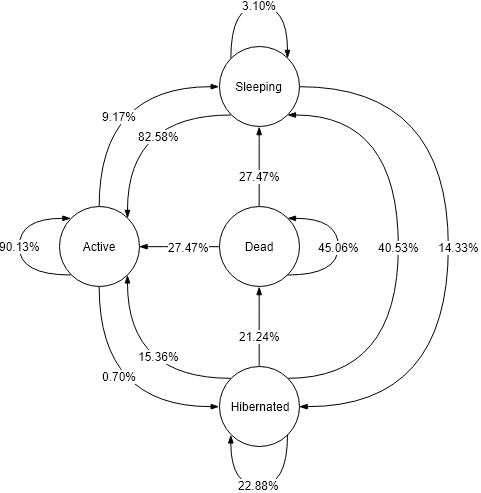
The draw.io diagram Chains/react_chain.png in collab-uniba/developersInactivityAnalysis, before a commit. Source tidied: cells renumbered, new cells last; positions are measured from the earlier drawing's top-left corner, leaving out a move shared by most shapes.
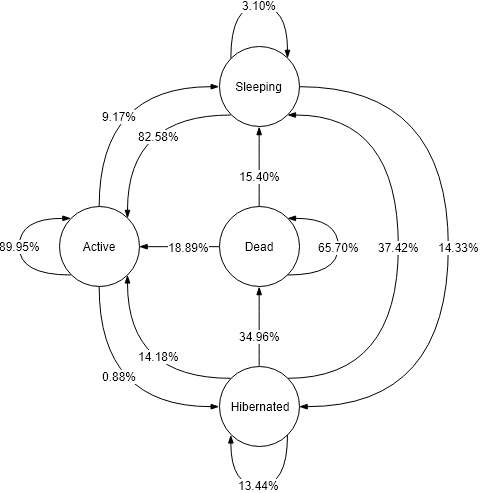
After the change.

Diff of the diagram source:
```diff
@@ -17,7 +17,7 @@
         </Array>
       </mxGeometry>
     </mxCell>
-    <mxCell id="5" value="0.70%" style="text;html=1;align=center;verticalAlign=middle;labelBackgroundColor=#ffffff;" parent="4" vertex="1">
+    <mxCell id="5" value="0.88%" style="text;html=1;align=center;verticalAlign=middle;labelBackgroundColor=#ffffff;" parent="4" vertex="1">
       <mxGeometry x="-0.21" y="-16" relative="1" as="geometry">
         <mxPoint x="35.5" y="-5.5" as="offset" />
       </mxGeometry>
@@ -61,7 +61,7 @@
         </Array>
       </mxGeometry>
     </mxCell>
-    <mxCell id="13" value="27.47%" style="text;html=1;align=center;verticalAlign=middle;labelBackgroundColor=#ffffff;" parent="12" vertex="1">
+    <mxCell id="13" value="15.40%" style="text;html=1;align=center;verticalAlign=middle;labelBackgroundColor=#ffffff;" parent="12" vertex="1">
       <mxGeometry x="-0.24" y="24" relative="1" as="geometry">
         <mxPoint x="24" y="-0.5" as="offset" />
       </mxGeometry>
@@ -75,7 +75,7 @@
         </Array>
       </mxGeometry>
     </mxCell>
-    <mxCell id="15" value="27.47%" style="text;html=1;align=center;verticalAlign=middle;labelBackgroundColor=#ffffff;" parent="14" vertex="1">
+    <mxCell id="15" value="18.89%" style="text;html=1;align=center;verticalAlign=middle;labelBackgroundColor=#ffffff;" parent="14" vertex="1">
       <mxGeometry x="0.12" y="-2" relative="1" as="geometry">
         <mxPoint x="14.5" y="2" as="offset" />
       </mxGeometry>
@@ -86,7 +86,7 @@
     <mxCell id="17" style="edgeStyle=orthogonalEdgeStyle;curved=1;rounded=0;jettySize=auto;html=1;entryX=1;entryY=1;entryDx=0;entryDy=0;endArrow=blockThin;endFill=1;exitX=0;exitY=0;exitDx=0;exitDy=0;" parent="1" edge="1" source="23" target="6">
       <mxGeometry relative="1" as="geometry" />
     </mxCell>
-    <mxCell id="18" value="15.36%&lt;br&gt;" style="text;html=1;align=center;verticalAlign=middle;labelBackgroundColor=#ffffff;" parent="17" vertex="1">
+    <mxCell id="18" value="14.18%&lt;br&gt;" style="text;html=1;align=center;verticalAlign=middle;labelBackgroundColor=#ffffff;" parent="17" vertex="1">
       <mxGeometry x="-0.24" y="-22" relative="1" as="geometry">
         <mxPoint x="6" as="offset" />
       </mxGeometry>
@@ -94,7 +94,7 @@
     <mxCell id="19" style="edgeStyle=orthogonalEdgeStyle;curved=1;rounded=0;jettySize=auto;html=1;entryX=0.5;entryY=1;entryDx=0;entryDy=0;endArrow=blockThin;endFill=1;exitX=0.5;exitY=0;exitDx=0;exitDy=0;" parent="1" edge="1" source="23" target="16">
       <mxGeometry relative="1" as="geometry" />
     </mxCell>
-    <mxCell id="20" value="21.24%" style="text;html=1;align=center;verticalAlign=middle;labelBackgroundColor=#ffffff;" parent="19" vertex="1">
+    <mxCell id="20" value="34.96%" style="text;html=1;align=center;verticalAlign=middle;labelBackgroundColor=#ffffff;" parent="19" vertex="1">
       <mxGeometry x="-0.27" y="19" relative="1" as="geometry">
         <mxPoint x="19" y="-1" as="offset" />
       </mxGeometry>
@@ -107,7 +107,7 @@
         </Array>
       </mxGeometry>
     </mxCell>
-    <mxCell id="22" value="40.53%" style="text;html=1;align=center;verticalAlign=middle;labelBackgroundColor=#ffffff;direction=south;" parent="21" vertex="1">
+    <mxCell id="22" value="37.42%" style="text;html=1;align=center;verticalAlign=middle;labelBackgroundColor=#ffffff;direction=south;" parent="21" vertex="1">
       <mxGeometry y="-25" relative="1" as="geometry">
         <mxPoint x="-24.5" as="offset" />
       </mxGeometry>
@@ -123,7 +123,7 @@
         </Array>
       </mxGeometry>
     </mxCell>
-    <mxCell id="25" value="90.13%" style="text;html=1;align=center;verticalAlign=middle;labelBackgroundColor=#ffffff;" parent="24" vertex="1">
+    <mxCell id="25" value="89.95%" style="text;html=1;align=center;verticalAlign=middle;labelBackgroundColor=#ffffff;" parent="24" vertex="1">
       <mxGeometry x="0.2" y="-2" relative="1" as="geometry">
         <mxPoint x="-1.5" y="15.5" as="offset" />
       </mxGeometry>
@@ -136,7 +136,7 @@
         </Array>
       </mxGeometry>
     </mxCell>
-    <mxCell id="27" value="22.88%" style="text;html=1;align=center;verticalAlign=middle;labelBackgroundColor=#ffffff;" parent="26" vertex="1">
+    <mxCell id="27" value="13.44%" style="text;html=1;align=center;verticalAlign=middle;labelBackgroundColor=#ffffff;" parent="26" vertex="1">
       <mxGeometry x="-0.36" y="-16" relative="1" as="geometry">
         <mxPoint x="-12.5" y="0.5" as="offset" />
       </mxGeometry>
@@ -149,7 +149,7 @@
         </Array>
       </mxGeometry>
     </mxCell>
-    <mxCell id="29" value="45.06%" style="text;html=1;align=center;verticalAlign=middle;labelBackgroundColor=#ffffff;" parent="28" vertex="1">
+    <mxCell id="29" value="65.70%" style="text;html=1;align=center;verticalAlign=middle;labelBackgroundColor=#ffffff;" parent="28" vertex="1">
       <mxGeometry x="0.1" y="-1" relative="1" as="geometry">
         <mxPoint x="-0.5" y="8.5" as="offset" />
       </mxGeometry>
```
